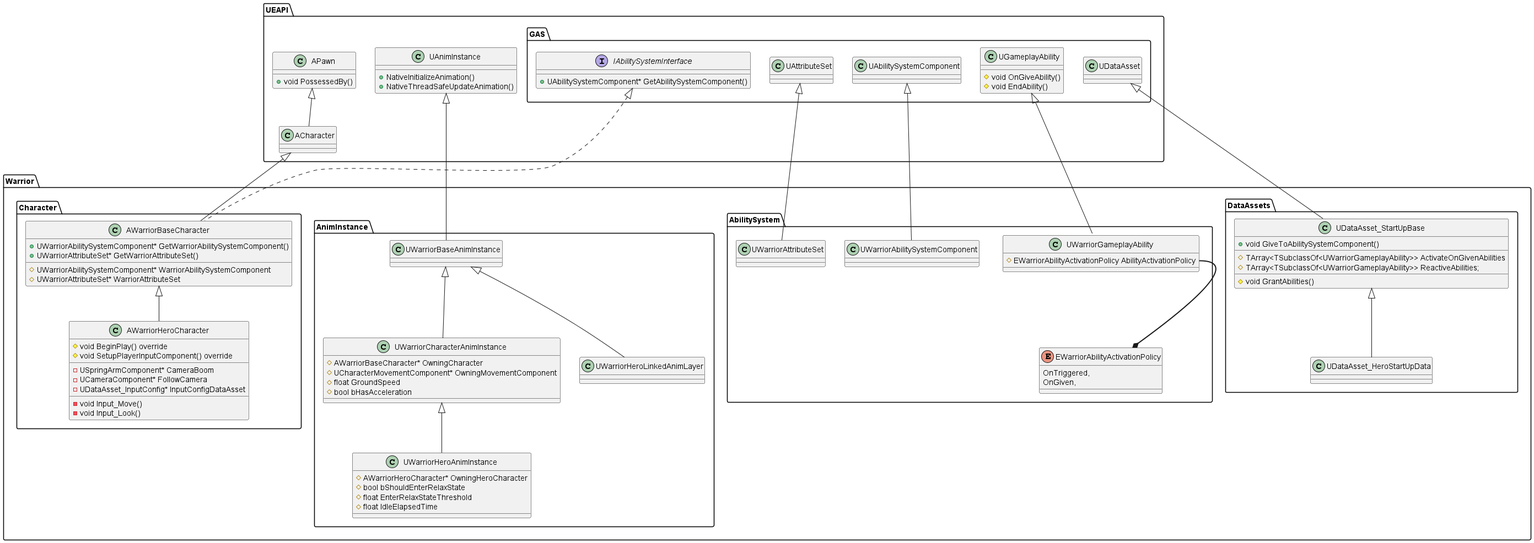
This is UML/out/Warrior.png from YouMu-Lew/Warrior_GAS_Learning, a PlantUML export, as it was before one commit.
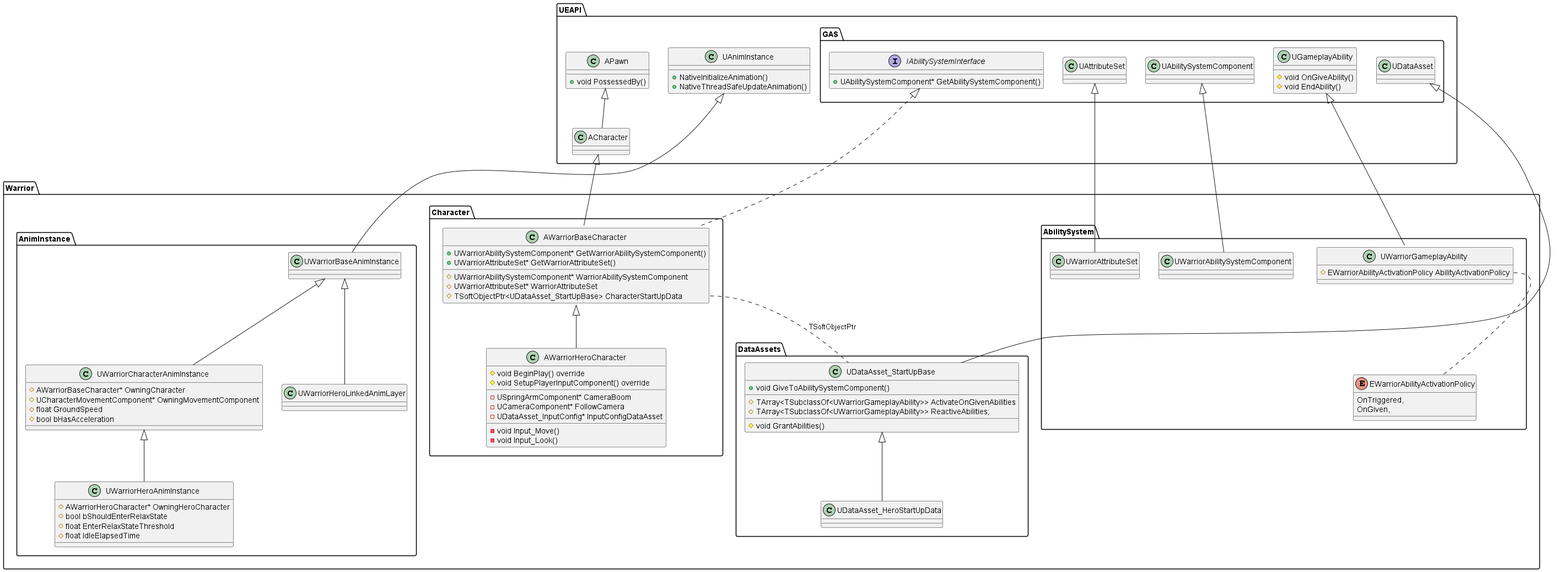
Later version of the same file.

Commit message:
Section_21: Add Soft ptr of StartUpDataAsset to Character component

What changed in the source:
```diff
@@ -61,6 +61,7 @@
             __
             # UWarriorAbilitySystemComponent* WarriorAbilitySystemComponent
             # UWarriorAttributeSet* WarriorAttributeSet
+            # TSoftObjectPtr<UDataAsset_StartUpBase> CharacterStartUpData
         }
 
         class AWarriorHeroCharacter extends AWarriorBaseCharacter{
@@ -116,12 +117,13 @@
 }/'namespace Warrior'/
 
 Warrior.AbilitySystem.UWarriorGameplayAbility -up-|> UEAPI.GAS.UGameplayAbility
-Warrior.AbilitySystem.UWarriorGameplayAbility::AbilityActivationPolicy -[bold]-* Warrior.AbilitySystem.EWarriorAbilityActivationPolicy
+Warrior.AbilitySystem.UWarriorGameplayAbility::AbilityActivationPolicy .. Warrior.AbilitySystem.EWarriorAbilityActivationPolicy
 Warrior.AbilitySystem.UWarriorAbilitySystemComponent -up-|> UEAPI.GAS.UAbilitySystemComponent
 Warrior.AbilitySystem.UWarriorAttributeSet -up-|> UEAPI.GAS.UAttributeSet
 
 Warrior.Character.AWarriorBaseCharacter -up-|>  UEAPI.ACharacter
 Warrior.Character.AWarriorBaseCharacter .up.|>  UEAPI.GAS.IAbilitySystemInterface
+Warrior.Character.AWarriorBaseCharacter::CharacterStartUpData .. Warrior.DataAssets.UDataAsset_StartUpBase : TSoftObjectPtr
 
 Warrior.AnimInstance.UWarriorBaseAnimInstance -up-|> UEAPI.UAnimInstance
 
```
